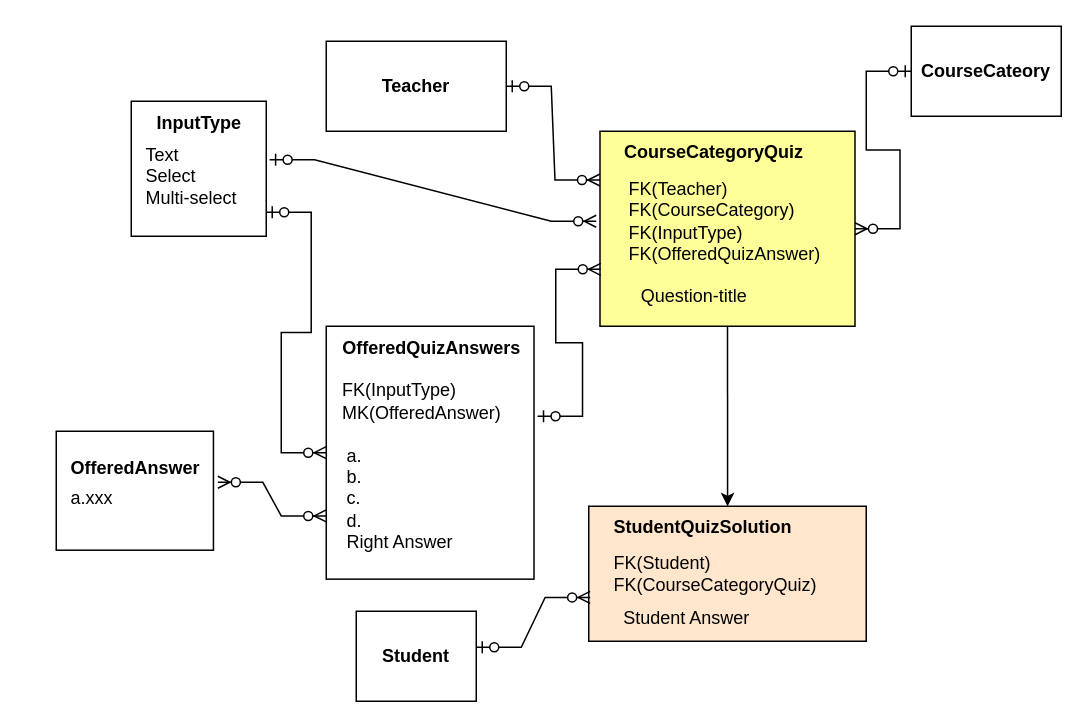
This is page "Page-2" (2 of 2) of Question-Answer-db-schema2.drawio from mikekim-fullstack/lalasol_db_schema, a draw.io file, before an edit. Source tidied: cells renumbered, new cells numbered last; positions are measured from the earlier drawing's top-left corner, leaving out a move shared by most shapes. Both pictures are drawn from the tidied source at 150%, with x=0, y=0 at pixel (26, 26).
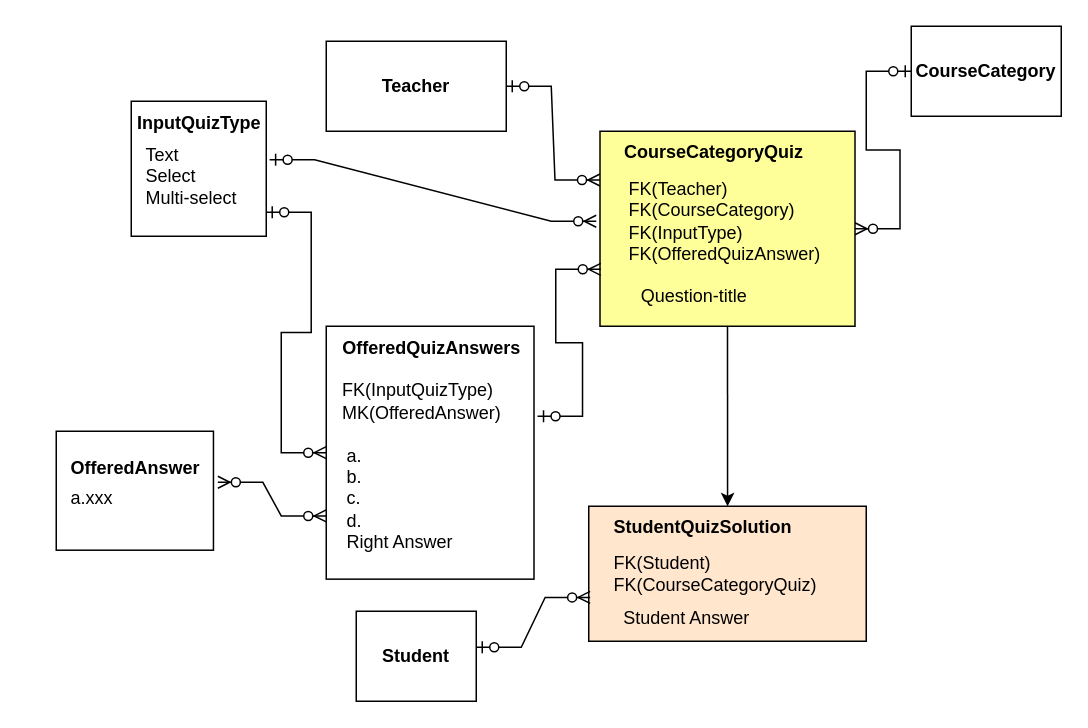
Above is the later version.

The change refers to these unchanged cells:
```xml
<mxCell id="22" style="group;" parent="1" vertex="1">
  <mxGeometry x="200" y="200" width="150" height="170" as="geometry" />
</mxCell>
```

Diff of the diagram source:
```diff
@@
-    <mxCell id="16" value="CourseCateory" style="rounded=0;whiteSpace=wrap;html=1;fontStyle=1;" parent="1" vertex="1">
+    <mxCell id="16" value="CourseCategory" style="rounded=0;whiteSpace=wrap;html=1;fontStyle=1;" parent="1" vertex="1">
       <mxGeometry x="590" width="100" height="60" as="geometry" />
     </mxCell>
     <mxCell id="17" style="group;" parent="1" vertex="1">
-      <mxGeometry x="70" y="50" width="90" height="90" as="geometry" />
+      <mxGeometry x="70" y="50" width="100" height="90" as="geometry" />
     </mxCell>
@@
-    <mxCell id="19" value="InputType" style="text;html=1;align=center;verticalAlign=middle;strokeColor=none;fillColor=none;fontStyle=1;" parent="17" vertex="1">
-      <mxGeometry x="5" width="80" height="30" as="geometry" />
+    <mxCell id="19" value="InputQuizType" style="text;html=1;align=center;verticalAlign=middle;strokeColor=none;fillColor=none;fontStyle=1;" parent="17" vertex="1">
+      <mxGeometry x="-10" width="110" height="30" as="geometry" />
     </mxCell>
@@
-    <mxCell id="26" value="&lt;div&gt;FK(InputType)&lt;br&gt;&lt;/div&gt;&lt;div&gt;MK(OfferedAnswer)&lt;br&gt;&lt;/div&gt;" style="text;html=1;align=left;verticalAlign=middle;strokeColor=none;fillColor=none;" parent="22" vertex="1">
+    <mxCell id="26" value="&lt;div&gt;FK(InputQuizType)&lt;br&gt;&lt;/div&gt;&lt;div&gt;MK(OfferedAnswer)&lt;br&gt;&lt;/div&gt;" style="text;html=1;align=left;verticalAlign=middle;strokeColor=none;fillColor=none;" parent="22" vertex="1">
       <mxGeometry x="8.5" y="30" width="130" height="40" as="geometry" />
     </mxCell>
```
